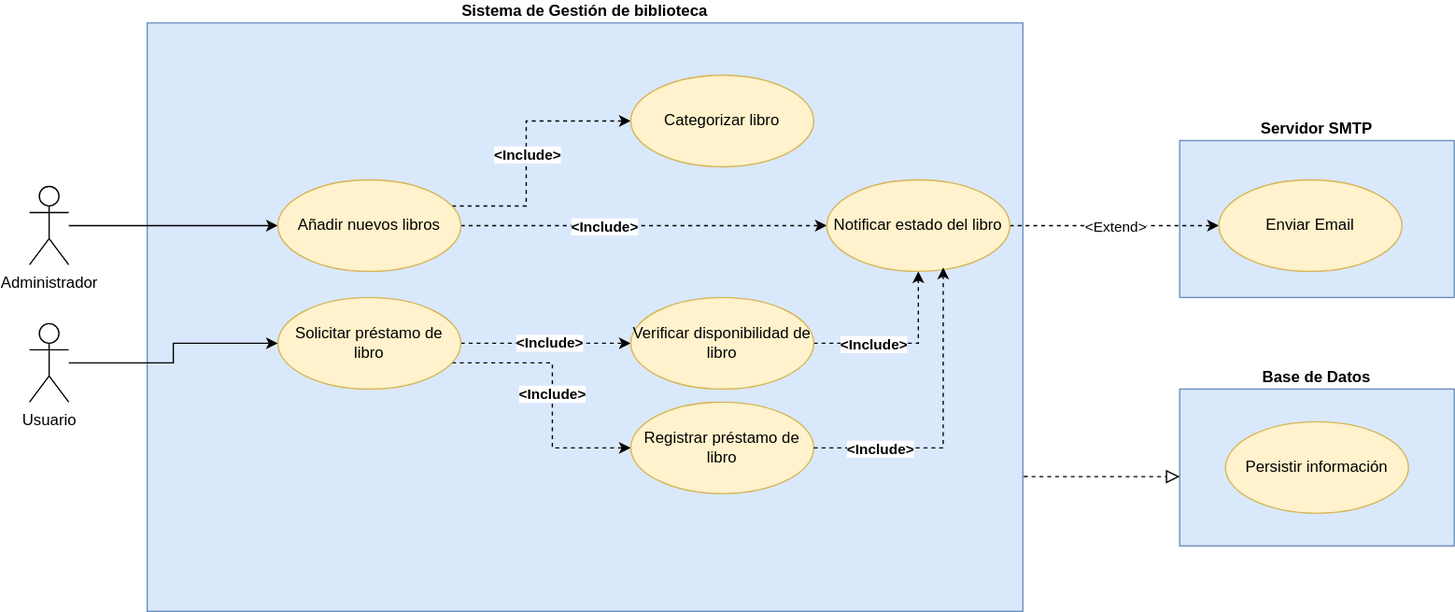
victor900424/diagramas-uml keeps this draw.io diagram as Sistema Biblioteca/Caso de Uso.svg. Above is the earlier version. Source tidied: cells renumbered, new cells last; positions are measured from the earlier drawing's top-left corner, leaving out a move shared by most shapes. Its diagram source:
```xml
<mxGraphModel>
  <root>
    <mxCell id="0" />
    <mxCell id="1" parent="0" />
    <mxCell id="2" value="Servidor SMTP" style="rounded=0;whiteSpace=wrap;html=1;fillColor=#dae8fc;strokeColor=#6c8ebf;labelPosition=center;verticalLabelPosition=top;align=center;verticalAlign=bottom;fontStyle=1;" parent="1" vertex="1">
      <mxGeometry x="880" y="90" width="210" height="120" as="geometry" />
    </mxCell>
    <mxCell id="3" value="Sistema de Gestión de biblioteca" style="rounded=0;whiteSpace=wrap;html=1;labelPosition=center;verticalLabelPosition=top;align=center;verticalAlign=bottom;fontStyle=1;fillColor=#dae8fc;strokeColor=#6c8ebf;" parent="1" vertex="1">
      <mxGeometry x="90" width="670" height="450" as="geometry" />
    </mxCell>
    <mxCell id="4" style="edgeStyle=orthogonalEdgeStyle;rounded=0;jettySize=auto;html=1;" parent="1" edge="1" source="5" target="11">
      <mxGeometry relative="1" as="geometry" />
    </mxCell>
    <mxCell id="5" value="Administrador" style="shape=umlActor;verticalLabelPosition=bottom;verticalAlign=top;html=1;" parent="1" vertex="1">
      <mxGeometry y="125" width="30" height="60" as="geometry" />
    </mxCell>
    <mxCell id="6" style="edgeStyle=orthogonalEdgeStyle;rounded=0;jettySize=auto;html=1;dashed=1;" parent="1" edge="1" source="11" target="23">
      <mxGeometry relative="1" as="geometry" />
    </mxCell>
    <mxCell id="7" value="&amp;lt;Include&amp;gt;" style="edgeLabel;html=1;align=center;verticalAlign=middle;labelBackgroundColor=default;fontStyle=1;" parent="6" vertex="1">
      <mxGeometry x="-0.22" y="-5" relative="1" as="geometry">
        <mxPoint y="-5" as="offset" />
      </mxGeometry>
    </mxCell>
    <mxCell id="8" style="edgeStyle=orthogonalEdgeStyle;rounded=0;jettySize=auto;html=1;entryX=0;entryY=0.5;entryDx=0;entryDy=0;dashed=1;" parent="1" edge="1" source="11" target="28">
      <mxGeometry relative="1" as="geometry">
        <Array as="points">
          <mxPoint x="380" y="140" />
          <mxPoint x="380" y="75" />
        </Array>
      </mxGeometry>
    </mxCell>
    <mxCell id="9" value="&lt;span style=&quot;color: rgba(0, 0, 0, 0); font-family: monospace; font-size: 0px; text-align: start; background-color: rgb(251, 251, 251);&quot;&gt;%3CmxGraphModel%3E%3Croot%3E%3CmxCell%20id%3D%220%22%2F%3E%3CmxCell%20id%3D%221%22%20parent%3D%220%22%2F%3E%3CmxCell%20id%3D%222%22%20value%3D%22A%C3%B1adir%20nuevos%20libros%22%20style%3D%22ellipse%3BwhiteSpace%3Dwrap%3Bhtml%3D1%3B%22%20vertex%3D%221%22%20parent%3D%221%22%3E%3CmxGeometry%20x%3D%22250%22%20y%3D%22130%22%20width%3D%22140%22%20height%3D%2270%22%20as%3D%22geometry%22%2F%3E%3C%2FmxCell%3E%3C%2Froot%3E%3C%2FmxGraphModel%3E&lt;/span&gt;" style="edgeLabel;html=1;align=center;verticalAlign=middle;" parent="8" vertex="1">
      <mxGeometry x="-0.29" relative="1" as="geometry" />
    </mxCell>
    <mxCell id="10" value="&amp;lt;Include&amp;gt;" style="edgeLabel;html=1;align=center;verticalAlign=middle;labelBackgroundColor=default;fontStyle=1;" parent="8" vertex="1">
      <mxGeometry x="0.47" relative="1" as="geometry">
        <mxPoint x="-27" y="25" as="offset" />
      </mxGeometry>
    </mxCell>
    <mxCell id="11" value="Añadir nuevos libros" style="ellipse;whiteSpace=wrap;html=1;fillColor=#fff2cc;strokeColor=#d6b656;" parent="1" vertex="1">
      <mxGeometry x="190" y="120" width="140" height="70" as="geometry" />
    </mxCell>
    <mxCell id="12" style="edgeStyle=orthogonalEdgeStyle;rounded=0;jettySize=auto;html=1;dashed=1;exitX=1;exitY=0.5;exitDx=0;exitDy=0;entryX=0;entryY=0.5;entryDx=0;entryDy=0;" parent="1" edge="1" source="16" target="19">
      <mxGeometry relative="1" as="geometry" />
    </mxCell>
    <mxCell id="13" value="&amp;lt;Include&amp;gt;" style="edgeLabel;html=1;align=center;verticalAlign=middle;labelBackgroundColor=default;fontStyle=1;" parent="12" vertex="1">
      <mxGeometry x="0.03" y="1" relative="1" as="geometry" />
    </mxCell>
    <mxCell id="14" style="edgeStyle=orthogonalEdgeStyle;rounded=0;jettySize=auto;html=1;entryX=0;entryY=0.5;entryDx=0;entryDy=0;dashed=1;" parent="1" edge="1" source="16" target="20">
      <mxGeometry relative="1" as="geometry">
        <Array as="points">
          <mxPoint x="400" y="260" />
          <mxPoint x="400" y="325" />
        </Array>
      </mxGeometry>
    </mxCell>
    <mxCell id="15" value="&amp;lt;Include&amp;gt;" style="edgeLabel;html=1;align=center;verticalAlign=middle;labelBackgroundColor=default;fontStyle=1;" parent="14" vertex="1">
      <mxGeometry x="-0.01" y="-1" relative="1" as="geometry" />
    </mxCell>
    <mxCell id="16" value="Solicitar préstamo de libro" style="ellipse;whiteSpace=wrap;html=1;fillColor=#fff2cc;strokeColor=#d6b656;" parent="1" vertex="1">
      <mxGeometry x="190" y="210" width="140" height="70" as="geometry" />
    </mxCell>
    <mxCell id="17" style="edgeStyle=orthogonalEdgeStyle;rounded=0;jettySize=auto;html=1;entryX=0.5;entryY=1;entryDx=0;entryDy=0;exitX=1;exitY=0.5;exitDx=0;exitDy=0;dashed=1;" parent="1" edge="1" source="19" target="23">
      <mxGeometry relative="1" as="geometry" />
    </mxCell>
    <mxCell id="18" value="&amp;lt;Include&amp;gt;" style="edgeLabel;html=1;align=center;verticalAlign=middle;labelBackgroundColor=default;fontStyle=1;" parent="17" vertex="1">
      <mxGeometry x="-0.33" y="-2" relative="1" as="geometry">
        <mxPoint y="-2" as="offset" />
      </mxGeometry>
    </mxCell>
    <mxCell id="19" value="Verificar disponibilidad de libro" style="ellipse;whiteSpace=wrap;html=1;fillColor=#fff2cc;strokeColor=#d6b656;" parent="1" vertex="1">
      <mxGeometry x="460" y="210" width="140" height="70" as="geometry" />
    </mxCell>
    <mxCell id="20" value="Registrar préstamo de libro" style="ellipse;whiteSpace=wrap;html=1;fillColor=#fff2cc;strokeColor=#d6b656;" parent="1" vertex="1">
      <mxGeometry x="460" y="290" width="140" height="70" as="geometry" />
    </mxCell>
    <mxCell id="21" style="edgeStyle=orthogonalEdgeStyle;rounded=0;jettySize=auto;html=1;dashed=1;" parent="1" edge="1" source="23" target="29">
      <mxGeometry relative="1" as="geometry" />
    </mxCell>
    <mxCell id="22" value="&amp;lt;Extend&amp;gt;" style="edgeLabel;html=1;align=center;verticalAlign=middle;" parent="21" vertex="1">
      <mxGeometry x="0.17" relative="1" as="geometry">
        <mxPoint x="-14" as="offset" />
      </mxGeometry>
    </mxCell>
    <mxCell id="23" value="Notificar estado del libro" style="ellipse;whiteSpace=wrap;html=1;fillColor=#fff2cc;strokeColor=#d6b656;" parent="1" vertex="1">
      <mxGeometry x="610" y="120" width="140" height="70" as="geometry" />
    </mxCell>
    <mxCell id="24" style="edgeStyle=orthogonalEdgeStyle;rounded=0;jettySize=auto;html=1;entryX=0;entryY=0.5;entryDx=0;entryDy=0;" parent="1" edge="1" source="25" target="16">
      <mxGeometry relative="1" as="geometry">
        <Array as="points">
          <mxPoint x="110" y="260" />
          <mxPoint x="110" y="245" />
        </Array>
      </mxGeometry>
    </mxCell>
    <mxCell id="25" value="Usuario" style="shape=umlActor;verticalLabelPosition=bottom;verticalAlign=top;html=1;" parent="1" vertex="1">
      <mxGeometry y="230" width="30" height="60" as="geometry" />
    </mxCell>
    <mxCell id="26" style="edgeStyle=orthogonalEdgeStyle;rounded=0;jettySize=auto;html=1;entryX=0.636;entryY=0.957;entryDx=0;entryDy=0;entryPerimeter=0;exitX=1;exitY=0.5;exitDx=0;exitDy=0;dashed=1;" parent="1" edge="1" source="20" target="23">
      <mxGeometry relative="1" as="geometry" />
    </mxCell>
    <mxCell id="27" value="&amp;lt;Include&amp;gt;" style="edgeLabel;html=1;align=center;verticalAlign=middle;labelBackgroundColor=default;fontStyle=1;" parent="26" vertex="1">
      <mxGeometry x="-0.47" y="-2" relative="1" as="geometry">
        <mxPoint x="-13" y="-2" as="offset" />
      </mxGeometry>
    </mxCell>
    <mxCell id="28" value="Categorizar libro" style="ellipse;whiteSpace=wrap;html=1;fillColor=#fff2cc;strokeColor=#d6b656;" parent="1" vertex="1">
      <mxGeometry x="460" y="40" width="140" height="70" as="geometry" />
    </mxCell>
    <mxCell id="29" value="Enviar Email" style="ellipse;whiteSpace=wrap;html=1;fillColor=#fff2cc;strokeColor=#d6b656;" parent="1" vertex="1">
      <mxGeometry x="910" y="120" width="140" height="70" as="geometry" />
    </mxCell>
    <mxCell id="30" value="Base de Datos" style="rounded=0;whiteSpace=wrap;html=1;fillColor=#dae8fc;strokeColor=#6c8ebf;labelPosition=center;verticalLabelPosition=top;align=center;verticalAlign=bottom;fontStyle=1;" parent="1" vertex="1">
      <mxGeometry x="880" y="280" width="210" height="120" as="geometry" />
    </mxCell>
    <mxCell id="31" value="Persistir información" style="ellipse;whiteSpace=wrap;html=1;fillColor=#fff2cc;strokeColor=#d6b656;" parent="1" vertex="1">
      <mxGeometry x="915" y="305" width="140" height="70" as="geometry" />
    </mxCell>
    <mxCell id="32" style="endArrow=block;startArrow=none;endFill=0;startFill=0;endSize=8;html=1;verticalAlign=bottom;dashed=1;labelBackgroundColor=none;rounded=0;entryX=0;entryY=0.558;entryDx=0;entryDy=0;exitX=1.001;exitY=0.771;exitDx=0;exitDy=0;exitPerimeter=0;entryPerimeter=0;" parent="1" edge="1" source="3" target="30">
      <mxGeometry relative="1" as="geometry" />
    </mxCell>
  </root>
</mxGraphModel>
```
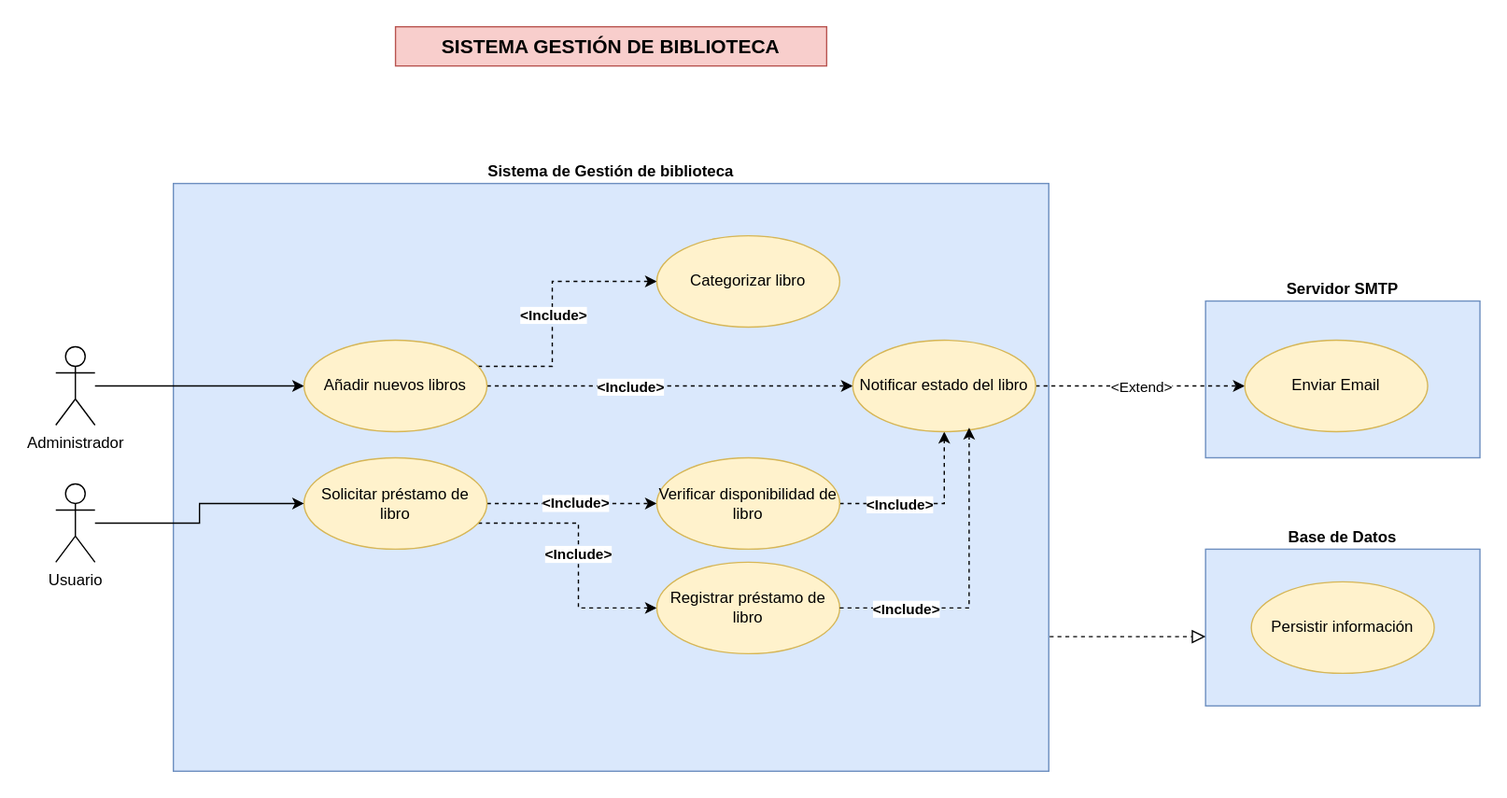
The same diagram one commit later.

Diff of the diagram source:
```diff
@@ -120,5 +120,8 @@
     <mxCell id="32" style="endArrow=block;startArrow=none;endFill=0;startFill=0;endSize=8;html=1;verticalAlign=bottom;dashed=1;labelBackgroundColor=none;rounded=0;entryX=0;entryY=0.558;entryDx=0;entryDy=0;exitX=1.001;exitY=0.771;exitDx=0;exitDy=0;exitPerimeter=0;entryPerimeter=0;" parent="1" edge="1" source="3" target="30">
       <mxGeometry relative="1" as="geometry" />
     </mxCell>
+    <mxCell id="33" value="SISTEMA GESTIÓN DE BIBLIOTECA" style="text;html=1;align=center;verticalAlign=middle;whiteSpace=wrap;rounded=0;fillColor=#f8cecc;strokeColor=#b85450;fontStyle=1;fontSize=15;" parent="1" vertex="1">
+      <mxGeometry x="260" y="-120" width="330" height="30" as="geometry" />
+    </mxCell>
   </root>
 </mxGraphModel>
```
